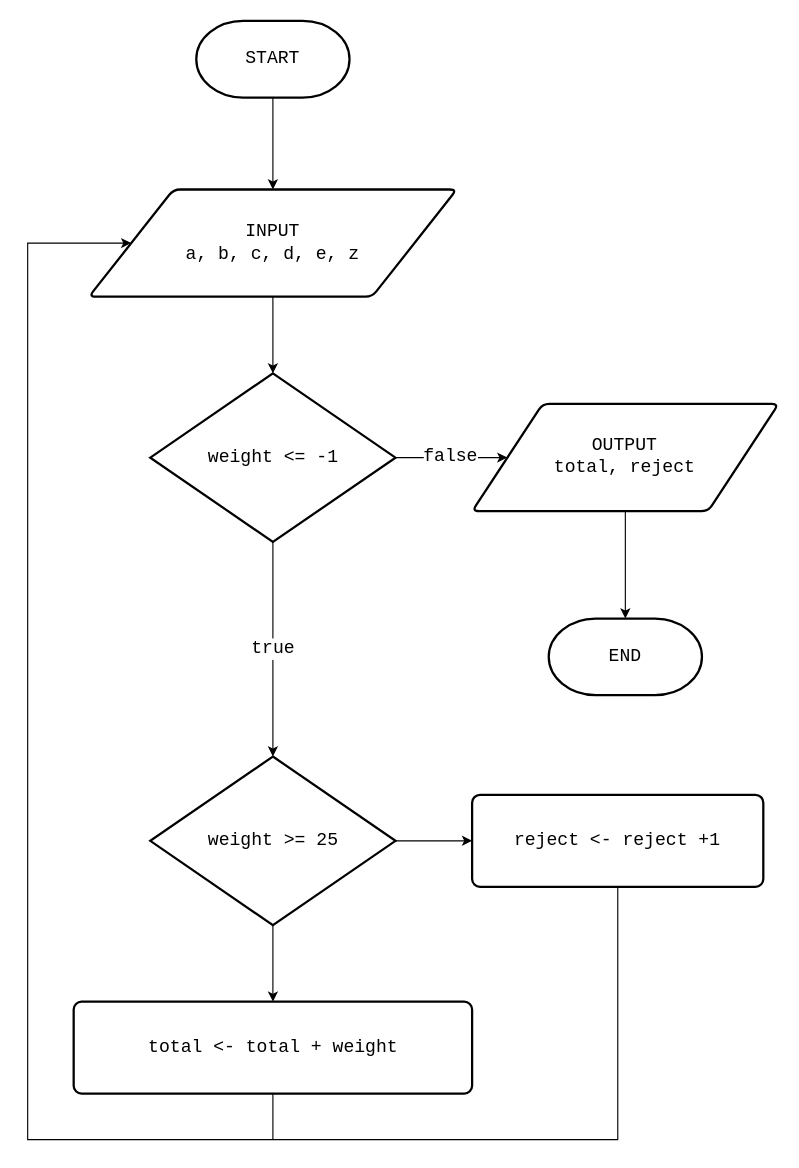
The draw.io diagram SFL1MANU.drawio in ashenm/blob, before the edit. Source tidied: cells renumbered, new cells numbered last; positions are measured from the earlier drawing's top-left corner, leaving out a move shared by most shapes. Both pictures are drawn from the tidied source at 113%, with x=0, y=0 at pixel (27, 20).
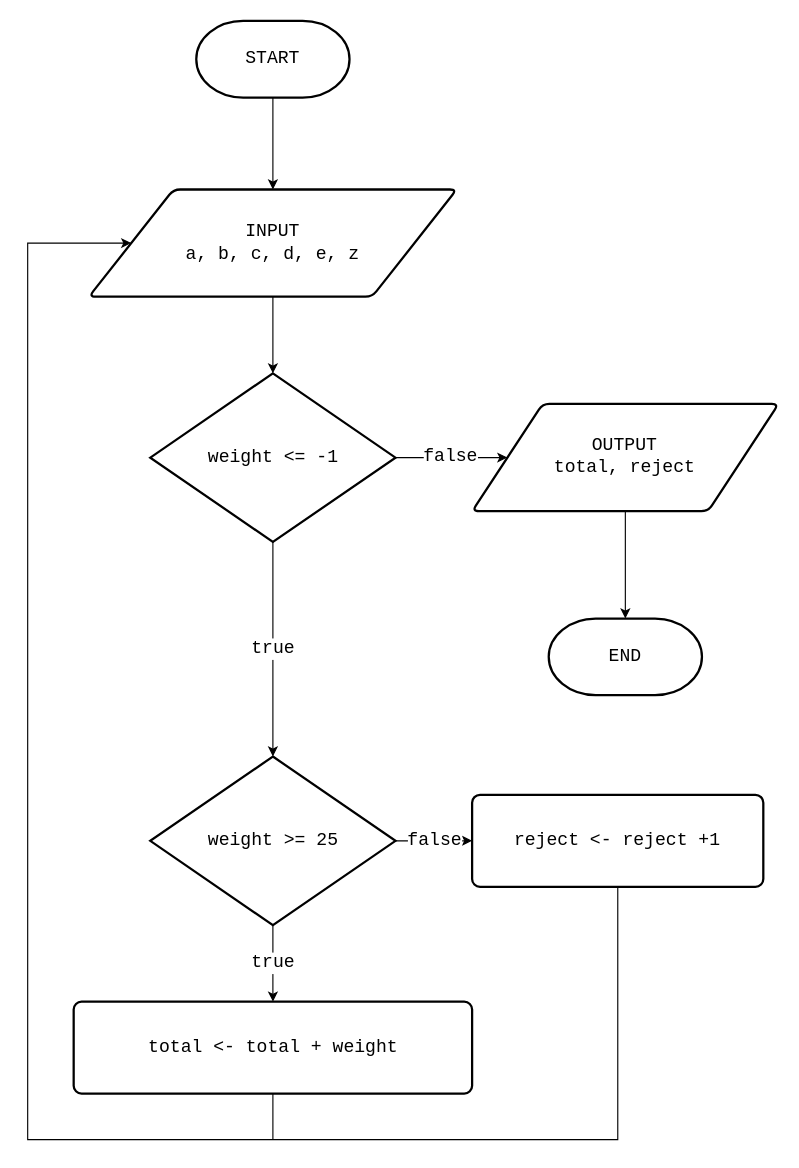
Above is the later version.

Unchanged cells that the change refers to:
```xml
<mxCell id="2" style="group;" parent="1" vertex="1">
  <mxGeometry width="664.5" height="990" as="geometry" />
</mxCell>
<mxCell id="4" value="&lt;font style=&quot;font-size: 16px&quot;&gt;weight &amp;gt;= 25&lt;/font&gt;" style="strokeWidth=2;html=1;shape=mxgraph.flowchart.decision;whiteSpace=wrap;fontFamily=Courier New;fontSize=16;" parent="2" vertex="1">
  <mxGeometry x="108.5" y="651" width="217" height="149.2" as="geometry" />
</mxCell>
<mxCell id="5" value="reject &amp;lt;- reject +1" style="rounded=1;whiteSpace=wrap;html=1;absoluteArcSize=1;arcSize=14;strokeWidth=2;fontFamily=Courier New;fontSize=16;" parent="2" vertex="1">
  <mxGeometry x="393.3" y="684.9" width="257.7" height="81.4" as="geometry" />
</mxCell>
<mxCell id="7" value="total &amp;lt;- total + weight" style="rounded=1;whiteSpace=wrap;html=1;absoluteArcSize=1;arcSize=14;strokeWidth=2;fontSize=16;fontStyle=0;fontFamily=Courier New;" parent="2" vertex="1">
  <mxGeometry x="40.7" y="867.9" width="352.6" height="81.4" as="geometry" />
</mxCell>
```

Change to the diagram source:
```diff
@@
-    <mxCell id="6" style="edgeStyle=orthogonalEdgeStyle;rounded=0;jettySize=auto;html=1;fontFamily=Courier New;fontSize=16;" parent="2" edge="1" source="4" target="5">
+    <mxCell id="6" value="false" style="edgeStyle=orthogonalEdgeStyle;rounded=0;jettySize=auto;html=1;fontFamily=Courier New;fontSize=16;" parent="2" edge="1" source="4" target="5">
       <mxGeometry relative="1" as="geometry" />
     </mxCell>
@@
-    <mxCell id="8" style="edgeStyle=orthogonalEdgeStyle;rounded=0;jettySize=auto;html=1;fontFamily=Courier New;fontSize=16;" parent="2" edge="1" source="4" target="7">
+    <mxCell id="8" value="true" style="edgeStyle=orthogonalEdgeStyle;rounded=0;jettySize=auto;html=1;fontFamily=Courier New;fontSize=16;" parent="2" edge="1" source="4" target="7">
       <mxGeometry relative="1" as="geometry" />
     </mxCell>
```
